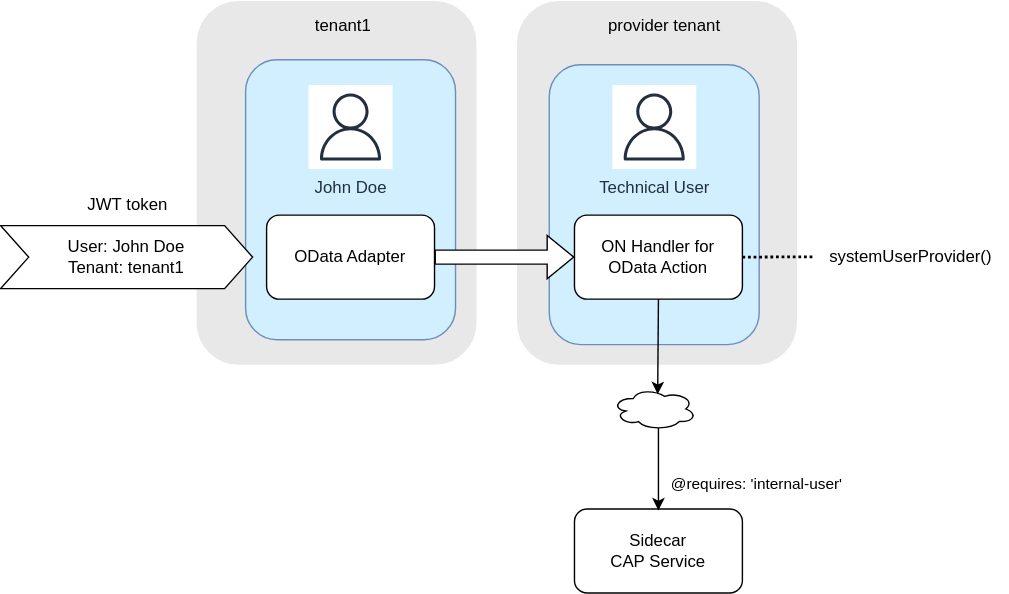
Above: java/event-handlers/assets/switchprovidertenant.drawio.svg in cap-js/docs (draw.io), before the change. Source tidied: cells renumbered, new cells last; positions are measured from the earlier drawing's top-left corner, leaving out a move shared by most shapes. Its diagram source:
```xml
<mxGraphModel>
  <root>
    <mxCell id="0" />
    <mxCell id="1" parent="0" />
    <mxCell id="2" style="rounded=1;whiteSpace=wrap;html=1;fillColor=#E8E8E8;strokeColor=none;" parent="1" vertex="1">
      <mxGeometry x="369" width="200" height="260" as="geometry" />
    </mxCell>
    <mxCell id="3" style="rounded=1;whiteSpace=wrap;html=1;fillColor=#d1efff;strokeColor=#6c8ebf;" parent="1" vertex="1">
      <mxGeometry x="392" y="45.5" width="150" height="200" as="geometry" />
    </mxCell>
    <mxCell id="4" value="Technical User" style="sketch=0;fontColor=#232F3E;gradientColor=none;strokeColor=#232F3E;fillColor=#ffffff;dashed=0;verticalLabelPosition=bottom;verticalAlign=top;align=center;html=1;fontSize=12;fontStyle=0;shape=mxgraph.aws4.resourceIcon;resIcon=mxgraph.aws4.user;" parent="1" vertex="1">
      <mxGeometry x="437" y="60" width="60" height="60" as="geometry" />
    </mxCell>
    <mxCell id="5" style="rounded=1;whiteSpace=wrap;html=1;fillColor=#E8E8E8;strokeColor=none;" parent="1" vertex="1">
      <mxGeometry x="140" width="200" height="260" as="geometry" />
    </mxCell>
    <mxCell id="6" style="rounded=1;whiteSpace=wrap;html=1;fillColor=#d1efff;strokeColor=#6c8ebf;" parent="1" vertex="1">
      <mxGeometry x="175" y="42" width="150" height="200" as="geometry" />
    </mxCell>
    <mxCell id="7" value="OData Adapter" style="rounded=1;whiteSpace=wrap;html=1;" parent="1" vertex="1">
      <mxGeometry x="190" y="153" width="120" height="60" as="geometry" />
    </mxCell>
    <mxCell id="8" value="ON Handler for OData Action" style="rounded=1;whiteSpace=wrap;html=1;" parent="1" vertex="1">
      <mxGeometry x="410" y="153" width="120" height="60" as="geometry" />
    </mxCell>
    <mxCell id="9" style="shape=flexArrow;endArrow=classic;html=1;rounded=0;entryX=0;entryY=0.5;entryDx=0;entryDy=0;exitX=1;exitY=0.5;exitDx=0;exitDy=0;fillColor=#FFFFFF;" parent="1" edge="1" source="7" target="8">
      <mxGeometry relative="1" as="geometry" />
    </mxCell>
    <mxCell id="10" style="ellipse;shape=cloud;whiteSpace=wrap;html=1;" parent="1" vertex="1">
      <mxGeometry x="437" y="276.5" width="60" height="30" as="geometry" />
    </mxCell>
    <mxCell id="11" style="endArrow=classic;html=1;rounded=0;entryX=0.541;entryY=0.152;entryDx=0;entryDy=0;entryPerimeter=0;exitX=0.5;exitY=1;exitDx=0;exitDy=0;" parent="1" edge="1" source="8" target="10">
      <mxGeometry x="0.31" y="39" relative="1" as="geometry" />
    </mxCell>
    <mxCell id="12" value="systemUserProvider()" style="text;strokeColor=none;fillColor=none;html=1;fontSize=12;fontStyle=0;verticalAlign=middle;align=center;rounded=0;dashed=1;dashPattern=1 1;" parent="1" vertex="1">
      <mxGeometry x="580" y="162.5" width="140" height="40" as="geometry" />
    </mxCell>
    <mxCell id="13" style="endArrow=none;dashed=1;html=1;dashPattern=1 1;strokeWidth=2;rounded=0;exitX=1;exitY=0.5;exitDx=0;exitDy=0;" parent="1" edge="1" source="8" target="12">
      <mxGeometry relative="1" as="geometry" />
    </mxCell>
    <mxCell id="14" value="Sidecar&lt;br&gt;CAP Service" style="rounded=1;whiteSpace=wrap;html=1;" parent="1" vertex="1">
      <mxGeometry x="410" y="363" width="120" height="60" as="geometry" />
    </mxCell>
    <mxCell id="15" value="@requires: 'internal-user'" style="endArrow=classic;html=1;rounded=0;entryX=0.5;entryY=0;entryDx=0;entryDy=0;exitX=0.55;exitY=0.95;exitDx=0;exitDy=0;exitPerimeter=0;" parent="1" edge="1" source="10">
      <mxGeometry x="0.35" y="70" relative="1" as="geometry">
        <mxPoint x="470" y="364" as="targetPoint" />
      </mxGeometry>
    </mxCell>
    <mxCell id="16" value="User: John Doe&lt;br&gt;Tenant: tenant1" style="shape=step;perimeter=stepPerimeter;whiteSpace=wrap;html=1;fixedSize=1;" parent="1" vertex="1">
      <mxGeometry y="160.5" width="180" height="45" as="geometry" />
    </mxCell>
    <mxCell id="17" value="JWT token" style="text;html=1;strokeColor=none;fillColor=none;align=center;verticalAlign=middle;whiteSpace=wrap;rounded=0;" parent="1" vertex="1">
      <mxGeometry x="26" y="130.5" width="130" height="30" as="geometry" />
    </mxCell>
    <mxCell id="18" value="John Doe" style="sketch=0;fontColor=#232F3E;gradientColor=none;strokeColor=#232F3E;fillColor=#ffffff;dashed=0;verticalLabelPosition=bottom;verticalAlign=top;align=center;html=1;fontSize=12;fontStyle=0;shape=mxgraph.aws4.resourceIcon;resIcon=mxgraph.aws4.user;" parent="1" vertex="1">
      <mxGeometry x="220" y="60" width="60" height="60" as="geometry" />
    </mxCell>
    <mxCell id="19" value="tenant1" style="text;html=1;strokeColor=none;fillColor=none;align=center;verticalAlign=middle;whiteSpace=wrap;rounded=0;" parent="1" vertex="1">
      <mxGeometry x="160" y="2.5" width="170" height="30" as="geometry" />
    </mxCell>
    <mxCell id="20" value="provider tenant" style="text;html=1;strokeColor=none;fillColor=none;align=center;verticalAlign=middle;whiteSpace=wrap;rounded=0;" parent="1" vertex="1">
      <mxGeometry x="369" y="2.5" width="211" height="30" as="geometry" />
    </mxCell>
  </root>
</mxGraphModel>
```
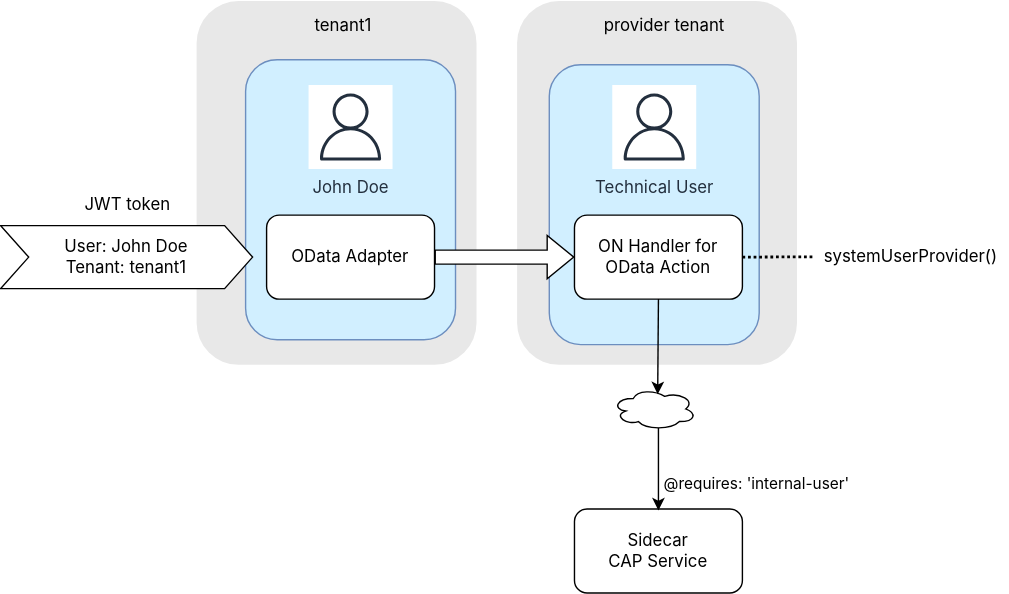
After the change.

What changed in the source:
```diff
@@ -2,63 +2,63 @@
   <root>
     <mxCell id="0" />
     <mxCell id="1" parent="0" />
-    <mxCell id="2" style="rounded=1;whiteSpace=wrap;html=1;fillColor=#E8E8E8;strokeColor=none;" parent="1" vertex="1">
+    <mxCell id="2" style="rounded=1;whiteSpace=wrap;html=1;fillColor=#E8E8E8;strokeColor=none;fontFamily='Avenir Next', 'Inter var', 'Inter', Helvetica, Arial, sans-serif;" parent="1" vertex="1">
       <mxGeometry x="369" width="200" height="260" as="geometry" />
     </mxCell>
-    <mxCell id="3" style="rounded=1;whiteSpace=wrap;html=1;fillColor=#d1efff;strokeColor=#6c8ebf;" parent="1" vertex="1">
+    <mxCell id="3" style="rounded=1;whiteSpace=wrap;html=1;fillColor=#d1efff;strokeColor=#6c8ebf;fontFamily='Avenir Next', 'Inter var', 'Inter', Helvetica, Arial, sans-serif;" parent="1" vertex="1">
       <mxGeometry x="392" y="45.5" width="150" height="200" as="geometry" />
     </mxCell>
-    <mxCell id="4" value="Technical User" style="sketch=0;fontColor=#232F3E;gradientColor=none;strokeColor=#232F3E;fillColor=#ffffff;dashed=0;verticalLabelPosition=bottom;verticalAlign=top;align=center;html=1;fontSize=12;fontStyle=0;shape=mxgraph.aws4.resourceIcon;resIcon=mxgraph.aws4.user;" parent="1" vertex="1">
+    <mxCell id="4" value="Technical User" style="sketch=0;fontColor=#232F3E;gradientColor=none;strokeColor=#232F3E;fillColor=#ffffff;dashed=0;verticalLabelPosition=bottom;verticalAlign=top;align=center;html=1;fontSize=12;fontStyle=0;shape=mxgraph.aws4.resourceIcon;resIcon=mxgraph.aws4.user;fontFamily='Avenir Next', 'Inter var', 'Inter', Helvetica, Arial, sans-serif;" parent="1" vertex="1">
       <mxGeometry x="437" y="60" width="60" height="60" as="geometry" />
     </mxCell>
-    <mxCell id="5" style="rounded=1;whiteSpace=wrap;html=1;fillColor=#E8E8E8;strokeColor=none;" parent="1" vertex="1">
+    <mxCell id="5" style="rounded=1;whiteSpace=wrap;html=1;fillColor=#E8E8E8;strokeColor=none;fontFamily='Avenir Next', 'Inter var', 'Inter', Helvetica, Arial, sans-serif;" parent="1" vertex="1">
       <mxGeometry x="140" width="200" height="260" as="geometry" />
     </mxCell>
-    <mxCell id="6" style="rounded=1;whiteSpace=wrap;html=1;fillColor=#d1efff;strokeColor=#6c8ebf;" parent="1" vertex="1">
+    <mxCell id="6" style="rounded=1;whiteSpace=wrap;html=1;fillColor=#d1efff;strokeColor=#6c8ebf;fontFamily='Avenir Next', 'Inter var', 'Inter', Helvetica, Arial, sans-serif;" parent="1" vertex="1">
       <mxGeometry x="175" y="42" width="150" height="200" as="geometry" />
     </mxCell>
-    <mxCell id="7" value="OData Adapter" style="rounded=1;whiteSpace=wrap;html=1;" parent="1" vertex="1">
+    <mxCell id="7" value="OData Adapter" style="rounded=1;whiteSpace=wrap;html=1;fontFamily='Avenir Next', 'Inter var', 'Inter', Helvetica, Arial, sans-serif;" parent="1" vertex="1">
       <mxGeometry x="190" y="153" width="120" height="60" as="geometry" />
     </mxCell>
-    <mxCell id="8" value="ON Handler for OData Action" style="rounded=1;whiteSpace=wrap;html=1;" parent="1" vertex="1">
+    <mxCell id="8" value="ON Handler for OData Action" style="rounded=1;whiteSpace=wrap;html=1;fontFamily='Avenir Next', 'Inter var', 'Inter', Helvetica, Arial, sans-serif;" parent="1" vertex="1">
       <mxGeometry x="410" y="153" width="120" height="60" as="geometry" />
     </mxCell>
-    <mxCell id="9" style="shape=flexArrow;endArrow=classic;html=1;rounded=0;entryX=0;entryY=0.5;entryDx=0;entryDy=0;exitX=1;exitY=0.5;exitDx=0;exitDy=0;fillColor=#FFFFFF;" parent="1" edge="1" source="7" target="8">
+    <mxCell id="9" style="shape=flexArrow;endArrow=classic;html=1;rounded=0;entryX=0;entryY=0.5;entryDx=0;entryDy=0;exitX=1;exitY=0.5;exitDx=0;exitDy=0;fillColor=#FFFFFF;fontFamily='Avenir Next', 'Inter var', 'Inter', Helvetica, Arial, sans-serif;" parent="1" edge="1" source="7" target="8">
       <mxGeometry relative="1" as="geometry" />
     </mxCell>
-    <mxCell id="10" style="ellipse;shape=cloud;whiteSpace=wrap;html=1;" parent="1" vertex="1">
+    <mxCell id="10" style="ellipse;shape=cloud;whiteSpace=wrap;html=1;fontFamily='Avenir Next', 'Inter var', 'Inter', Helvetica, Arial, sans-serif;" parent="1" vertex="1">
       <mxGeometry x="437" y="276.5" width="60" height="30" as="geometry" />
     </mxCell>
-    <mxCell id="11" style="endArrow=classic;html=1;rounded=0;entryX=0.541;entryY=0.152;entryDx=0;entryDy=0;entryPerimeter=0;exitX=0.5;exitY=1;exitDx=0;exitDy=0;" parent="1" edge="1" source="8" target="10">
+    <mxCell id="11" style="endArrow=classic;html=1;rounded=0;entryX=0.541;entryY=0.152;entryDx=0;entryDy=0;entryPerimeter=0;exitX=0.5;exitY=1;exitDx=0;exitDy=0;fontFamily='Avenir Next', 'Inter var', 'Inter', Helvetica, Arial, sans-serif;" parent="1" edge="1" source="8" target="10">
       <mxGeometry x="0.31" y="39" relative="1" as="geometry" />
     </mxCell>
-    <mxCell id="12" value="systemUserProvider()" style="text;strokeColor=none;fillColor=none;html=1;fontSize=12;fontStyle=0;verticalAlign=middle;align=center;rounded=0;dashed=1;dashPattern=1 1;" parent="1" vertex="1">
+    <mxCell id="12" value="systemUserProvider()" style="text;strokeColor=none;fillColor=none;html=1;fontSize=12;fontStyle=0;verticalAlign=middle;align=center;rounded=0;dashed=1;dashPattern=1 1;fontFamily='Avenir Next', 'Inter var', 'Inter', Helvetica, Arial, sans-serif;" parent="1" vertex="1">
       <mxGeometry x="580" y="162.5" width="140" height="40" as="geometry" />
     </mxCell>
-    <mxCell id="13" style="endArrow=none;dashed=1;html=1;dashPattern=1 1;strokeWidth=2;rounded=0;exitX=1;exitY=0.5;exitDx=0;exitDy=0;" parent="1" edge="1" source="8" target="12">
+    <mxCell id="13" style="endArrow=none;dashed=1;html=1;dashPattern=1 1;strokeWidth=2;rounded=0;exitX=1;exitY=0.5;exitDx=0;exitDy=0;fontFamily='Avenir Next', 'Inter var', 'Inter', Helvetica, Arial, sans-serif;" parent="1" edge="1" source="8" target="12">
       <mxGeometry relative="1" as="geometry" />
     </mxCell>
-    <mxCell id="14" value="Sidecar&lt;br&gt;CAP Service" style="rounded=1;whiteSpace=wrap;html=1;" parent="1" vertex="1">
+    <mxCell id="14" value="Sidecar&lt;br&gt;CAP Service" style="rounded=1;whiteSpace=wrap;html=1;fontFamily='Avenir Next', 'Inter var', 'Inter', Helvetica, Arial, sans-serif;" parent="1" vertex="1">
       <mxGeometry x="410" y="363" width="120" height="60" as="geometry" />
     </mxCell>
-    <mxCell id="15" value="@requires: 'internal-user'" style="endArrow=classic;html=1;rounded=0;entryX=0.5;entryY=0;entryDx=0;entryDy=0;exitX=0.55;exitY=0.95;exitDx=0;exitDy=0;exitPerimeter=0;" parent="1" edge="1" source="10">
+    <mxCell id="15" value="@requires: 'internal-user'" style="endArrow=classic;html=1;rounded=0;entryX=0.5;entryY=0;entryDx=0;entryDy=0;exitX=0.55;exitY=0.95;exitDx=0;exitDy=0;exitPerimeter=0;fontFamily='Avenir Next', 'Inter var', 'Inter', Helvetica, Arial, sans-serif;" parent="1" edge="1" source="10">
       <mxGeometry x="0.35" y="70" relative="1" as="geometry">
         <mxPoint x="470" y="364" as="targetPoint" />
       </mxGeometry>
     </mxCell>
-    <mxCell id="16" value="User: John Doe&lt;br&gt;Tenant: tenant1" style="shape=step;perimeter=stepPerimeter;whiteSpace=wrap;html=1;fixedSize=1;" parent="1" vertex="1">
+    <mxCell id="16" value="User: John Doe&lt;br&gt;Tenant: tenant1" style="shape=step;perimeter=stepPerimeter;whiteSpace=wrap;html=1;fixedSize=1;fontFamily='Avenir Next', 'Inter var', 'Inter', Helvetica, Arial, sans-serif;" parent="1" vertex="1">
       <mxGeometry y="160.5" width="180" height="45" as="geometry" />
     </mxCell>
-    <mxCell id="17" value="JWT token" style="text;html=1;strokeColor=none;fillColor=none;align=center;verticalAlign=middle;whiteSpace=wrap;rounded=0;" parent="1" vertex="1">
+    <mxCell id="17" value="JWT token" style="text;html=1;strokeColor=none;fillColor=none;align=center;verticalAlign=middle;whiteSpace=wrap;rounded=0;fontFamily='Avenir Next', 'Inter var', 'Inter', Helvetica, Arial, sans-serif;" parent="1" vertex="1">
       <mxGeometry x="26" y="130.5" width="130" height="30" as="geometry" />
     </mxCell>
-    <mxCell id="18" value="John Doe" style="sketch=0;fontColor=#232F3E;gradientColor=none;strokeColor=#232F3E;fillColor=#ffffff;dashed=0;verticalLabelPosition=bottom;verticalAlign=top;align=center;html=1;fontSize=12;fontStyle=0;shape=mxgraph.aws4.resourceIcon;resIcon=mxgraph.aws4.user;" parent="1" vertex="1">
+    <mxCell id="18" value="John Doe" style="sketch=0;fontColor=#232F3E;gradientColor=none;strokeColor=#232F3E;fillColor=#ffffff;dashed=0;verticalLabelPosition=bottom;verticalAlign=top;align=center;html=1;fontSize=12;fontStyle=0;shape=mxgraph.aws4.resourceIcon;resIcon=mxgraph.aws4.user;fontFamily='Avenir Next', 'Inter var', 'Inter', Helvetica, Arial, sans-serif;" parent="1" vertex="1">
       <mxGeometry x="220" y="60" width="60" height="60" as="geometry" />
     </mxCell>
-    <mxCell id="19" value="tenant1" style="text;html=1;strokeColor=none;fillColor=none;align=center;verticalAlign=middle;whiteSpace=wrap;rounded=0;" parent="1" vertex="1">
+    <mxCell id="19" value="tenant1" style="text;html=1;strokeColor=none;fillColor=none;align=center;verticalAlign=middle;whiteSpace=wrap;rounded=0;fontFamily='Avenir Next', 'Inter var', 'Inter', Helvetica, Arial, sans-serif;" parent="1" vertex="1">
       <mxGeometry x="160" y="2.5" width="170" height="30" as="geometry" />
     </mxCell>
-    <mxCell id="20" value="provider tenant" style="text;html=1;strokeColor=none;fillColor=none;align=center;verticalAlign=middle;whiteSpace=wrap;rounded=0;" parent="1" vertex="1">
+    <mxCell id="20" value="provider tenant" style="text;html=1;strokeColor=none;fillColor=none;align=center;verticalAlign=middle;whiteSpace=wrap;rounded=0;fontFamily='Avenir Next', 'Inter var', 'Inter', Helvetica, Arial, sans-serif;" parent="1" vertex="1">
       <mxGeometry x="369" y="2.5" width="211" height="30" as="geometry" />
     </mxCell>
   </root>
```
